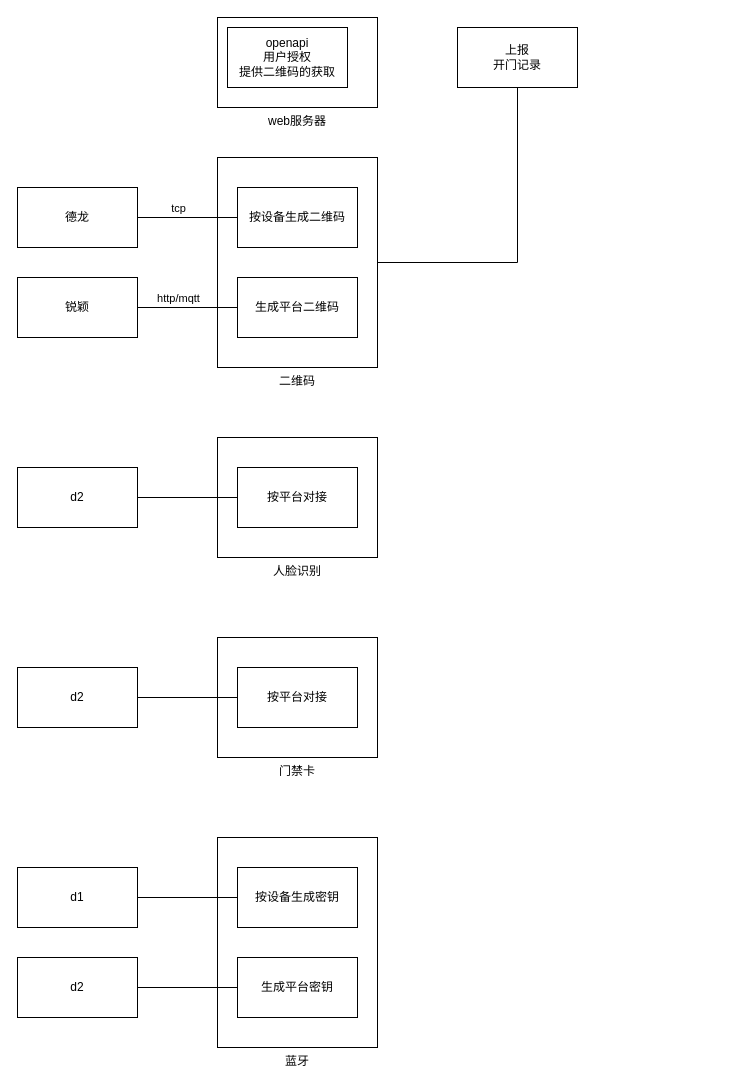
63isOK/conference_graph keeps this draw.io diagram as page "第 4 页" (4 of 4) of 门禁.drawio. Above is the earlier version. Source tidied: cells renumbered, new cells numbered last; positions are measured from the earlier drawing's top-left corner, leaving out a move shared by most shapes. Both pictures are drawn from the tidied source at 100%, with x=0, y=0 at pixel (17, 17).
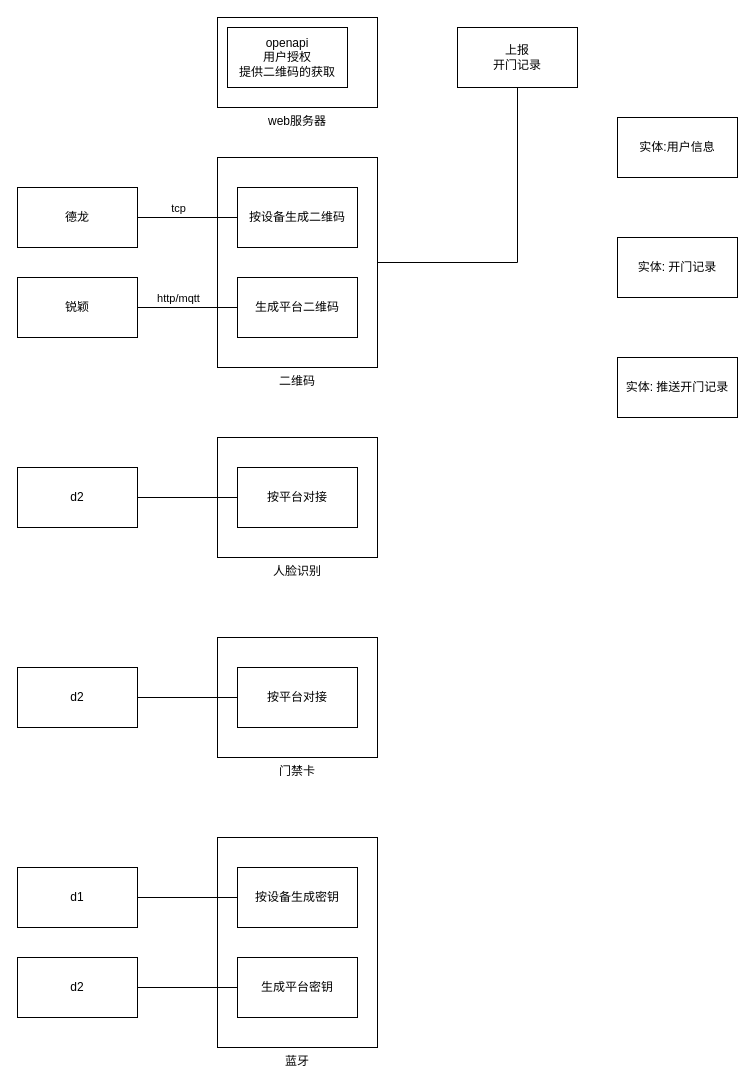
After the change.

Diff of the diagram source:
```diff
@@
+    <mxCell id="30" value="实体:用户信息" style="rounded=0;whiteSpace=wrap;html=1;" parent="1" vertex="1">
+      <mxGeometry x="600" y="100" width="120" height="60" as="geometry" />
+    </mxCell>
+    <mxCell id="31" value="实体: 开门记录" style="rounded=0;whiteSpace=wrap;html=1;" parent="1" vertex="1">
+      <mxGeometry x="600" y="220" width="120" height="60" as="geometry" />
+    </mxCell>
+    <mxCell id="32" value="实体: 推送开门记录" style="rounded=0;whiteSpace=wrap;html=1;" parent="1" vertex="1">
+      <mxGeometry x="600" y="340" width="120" height="60" as="geometry" />
+    </mxCell>
```
